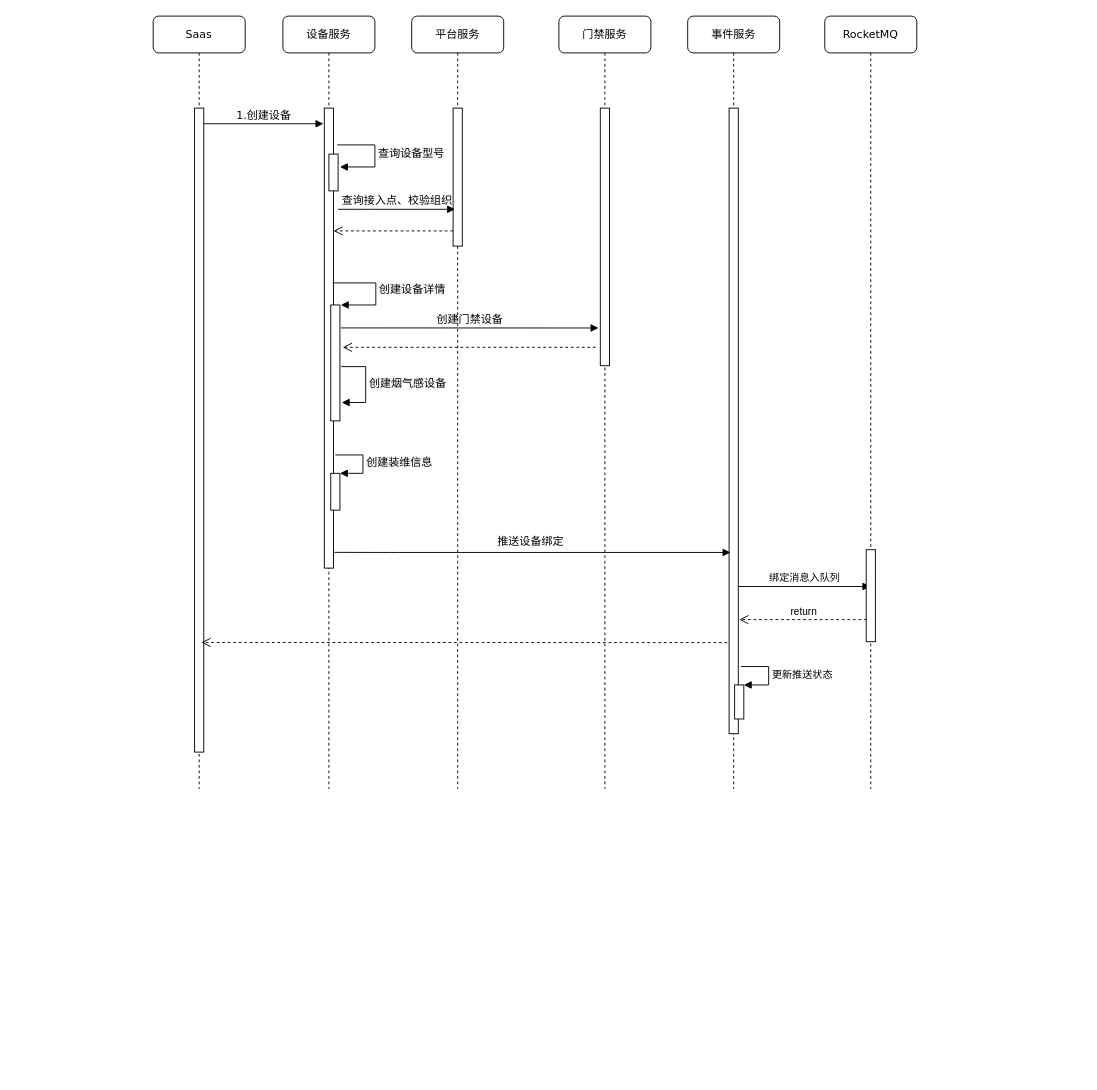
This is ICC-设备绑定.drawio from HughRudolf/Drawio, a draw.io file, before an edit. Source tidied: cells renumbered, new cells numbered last; positions are measured from the earlier drawing's top-left corner, leaving out a move shared by most shapes. Both pictures are drawn from the tidied source at 92%, with x=0, y=0 at pixel (153, 16).
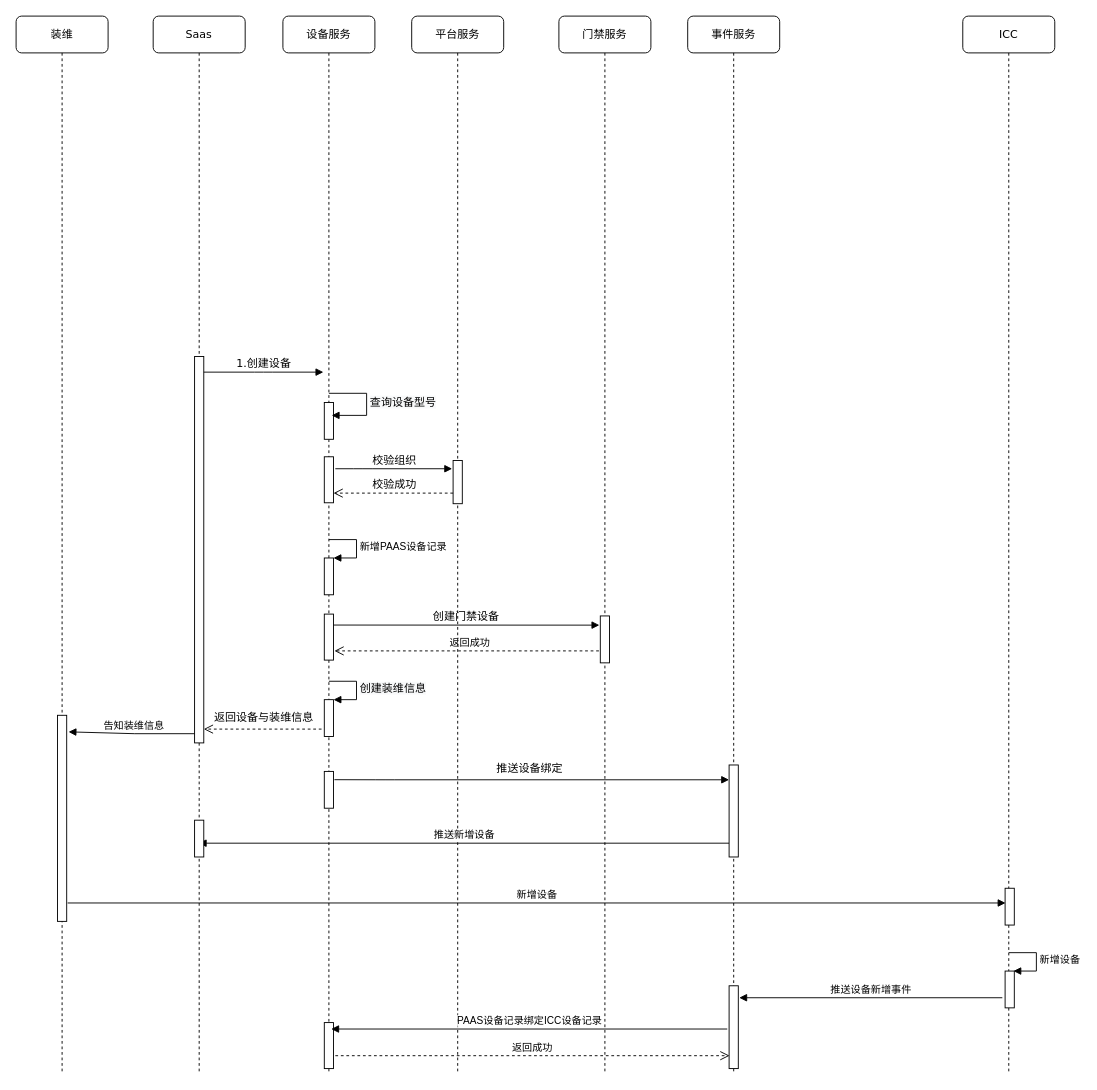
The same diagram, later.

Commit message:
更新ICC-设备绑定.drawio

Diff of the diagram source:
```diff
@@
+    <mxCell id="32" parent="0" />
+    <mxCell id="33" value="校验成功" style="text;html=1;align=center;verticalAlign=middle;strokeColor=none;fillColor=none;" parent="32" vertex="1">
+      <mxGeometry x="232" y="499" width="60" height="20" as="geometry" />
+    </mxCell>
+    <mxCell id="34" value="返回设备与装维信息" style="text;html=1;align=center;verticalAlign=middle;strokeColor=none;fillColor=none;" parent="32" vertex="1">
+      <mxGeometry x="60" y="753" width="120" height="20" as="geometry" />
+    </mxCell>
+    <mxCell id="35" value="告知装维信息" style="html=1;verticalAlign=bottom;endArrow=block;rounded=0;" parent="32" edge="1">
+      <mxGeometry relative="1" as="geometry">
+        <mxPoint x="49.5" y="780" as="sourcePoint" />
+        <mxPoint x="-92" y="778" as="targetPoint" />
+        <Array as="points">
+          <mxPoint x="-20" y="780" />
+        </Array>
+      </mxGeometry>
+    </mxCell>
@@
+    <mxCell id="9" value="设备服务" style="shape=umlLifeline;perimeter=lifelinePerimeter;whiteSpace=wrap;html=1;rounded=1;shadow=0;comic=0;labelBackgroundColor=none;strokeWidth=1;fontFamily=Verdana;fontSize=12;align=center;" parent="1" vertex="1">
+      <mxGeometry x="141" width="100" height="1150" as="geometry" />
+    </mxCell>
+    <mxCell id="10" style="html=1;perimeter=orthogonalPerimeter;rounded=0;shadow=0;comic=0;labelBackgroundColor=none;strokeWidth=1;fontFamily=Verdana;fontSize=12;align=center;" parent="9" vertex="1">
+      <mxGeometry x="45" y="1094" width="10" height="50" as="geometry" />
+    </mxCell>
+    <mxCell id="14" style="html=1;points=[];perimeter=orthogonalPerimeter;" parent="9" vertex="1">
+      <mxGeometry x="45" y="743" width="10" height="40" as="geometry" />
+    </mxCell>
+    <mxCell id="15" value="&lt;span style=&quot;font-size: 12px ; text-align: center ; background-color: rgb(248 , 249 , 250)&quot;&gt;创建装维信息&lt;/span&gt;" style="edgeStyle=orthogonalEdgeStyle;html=1;align=left;spacingLeft=2;endArrow=block;rounded=0;entryX=1;entryY=0;" parent="9" edge="1" target="14">
+      <mxGeometry relative="1" as="geometry">
+        <mxPoint x="50" y="723" as="sourcePoint" />
+        <Array as="points">
+          <mxPoint x="80" y="723" />
+        </Array>
+      </mxGeometry>
+    </mxCell>
+    <mxCell id="36" value="返回成功" style="html=1;verticalAlign=bottom;endArrow=open;dashed=1;endSize=8;rounded=0;" parent="9" edge="1">
+      <mxGeometry relative="1" as="geometry">
+        <mxPoint x="57" y="1130" as="sourcePoint" />
+        <mxPoint x="485.5" y="1130" as="targetPoint" />
+      </mxGeometry>
+    </mxCell>
+    <mxCell id="11" style="html=1;perimeter=orthogonalPerimeter;rounded=0;shadow=0;comic=0;labelBackgroundColor=none;strokeWidth=1;fontFamily=Verdana;fontSize=12;align=center;direction=east;" parent="9" vertex="1">
+      <mxGeometry x="45" y="420" width="10" height="40" as="geometry" />
+    </mxCell>
+    <mxCell id="37" style="html=1;perimeter=orthogonalPerimeter;rounded=0;shadow=0;comic=0;labelBackgroundColor=none;strokeWidth=1;fontFamily=Verdana;fontSize=12;align=center;" parent="9" vertex="1">
+      <mxGeometry x="45" y="479" width="10" height="50" as="geometry" />
+    </mxCell>
+    <mxCell id="38" style="html=1;points=[];perimeter=orthogonalPerimeter;" parent="9" vertex="1">
+      <mxGeometry x="45" y="589" width="10" height="40" as="geometry" />
+    </mxCell>
+    <mxCell id="39" value="新增PAAS设备记录&lt;br&gt;" style="edgeStyle=orthogonalEdgeStyle;html=1;align=left;spacingLeft=2;endArrow=block;rounded=0;entryX=1;entryY=0;" parent="9" edge="1" target="38">
+      <mxGeometry relative="1" as="geometry">
+        <mxPoint x="50" y="569" as="sourcePoint" />
+        <Array as="points">
+          <mxPoint x="80" y="569" />
+        </Array>
+      </mxGeometry>
+    </mxCell>
+    <mxCell id="40" value="返回成功" style="html=1;verticalAlign=bottom;endArrow=open;dashed=1;endSize=8;rounded=0;" parent="9" edge="1" source="5">
+      <mxGeometry relative="1" as="geometry">
+        <mxPoint x="56" y="690" as="targetPoint" />
+      </mxGeometry>
+    </mxCell>
+    <mxCell id="29" style="html=1;verticalAlign=bottom;endArrow=open;dashed=1;endSize=8;rounded=0;" parent="9" edge="1">
+      <mxGeometry relative="1" as="geometry">
+        <mxPoint x="42" y="775" as="sourcePoint" />
+        <mxPoint x="-86" y="775" as="targetPoint" />
+      </mxGeometry>
+    </mxCell>
+    <mxCell id="41" style="html=1;perimeter=orthogonalPerimeter;" parent="9" vertex="1">
+      <mxGeometry x="45" y="821" width="10" height="40" as="geometry" />
+    </mxCell>
+    <mxCell id="7" value="事件服务" style="shape=umlLifeline;perimeter=lifelinePerimeter;whiteSpace=wrap;html=1;rounded=1;shadow=0;comic=0;labelBackgroundColor=none;strokeWidth=1;fontFamily=Verdana;fontSize=12;align=center;" parent="1" vertex="1">
+      <mxGeometry x="581" width="100" height="1150" as="geometry" />
+    </mxCell>
+    <mxCell id="16" style="html=1;perimeter=orthogonalPerimeter;rounded=0;shadow=0;comic=0;labelBackgroundColor=none;strokeWidth=1;fontFamily=Verdana;fontSize=12;align=center;" parent="1" vertex="1">
+      <mxGeometry x="626" y="1054" width="10" height="90" as="geometry" />
+    </mxCell>
     <mxCell id="2" value="平台服务" style="shape=umlLifeline;perimeter=lifelinePerimeter;whiteSpace=wrap;html=1;rounded=1;shadow=0;comic=0;labelBackgroundColor=none;strokeWidth=1;fontFamily=Verdana;fontSize=12;align=center;" parent="1" vertex="1">
-      <mxGeometry x="281" width="100" height="840" as="geometry" />
+      <mxGeometry x="281" width="100" height="1150" as="geometry" />
     </mxCell>
     <mxCell id="3" style="html=1;perimeter=orthogonalPerimeter;rounded=0;shadow=0;comic=0;labelBackgroundColor=none;strokeWidth=1;fontFamily=Verdana;fontSize=12;align=center;" parent="2" vertex="1">
-      <mxGeometry x="45" y="100" width="10" height="150" as="geometry" />
+      <mxGeometry x="45" y="483" width="10" height="47" as="geometry" />
     </mxCell>
     <mxCell id="4" style="html=1;verticalAlign=bottom;endArrow=open;dashed=1;endSize=8;labelBackgroundColor=none;fontFamily=Verdana;fontSize=12;edgeStyle=elbowEdgeStyle;elbow=vertical;" parent="2" edge="1">
       <mxGeometry relative="1" as="geometry">
-        <mxPoint x="45" y="233.5" as="sourcePoint" />
-        <mxPoint x="-85" y="233.5" as="targetPoint" />
+        <mxPoint x="45" y="518.5" as="sourcePoint" />
+        <mxPoint x="-85" y="518.5" as="targetPoint" />
         <Array as="points">
-          <mxPoint x="-10" y="233.5" />
-          <mxPoint x="20" y="233.5" />
+          <mxPoint x="-10" y="518.5" />
+          <mxPoint x="20" y="518.5" />
         </Array>
       </mxGeometry>
     </mxCell>
     <mxCell id="5" value="门禁服务" style="shape=umlLifeline;perimeter=lifelinePerimeter;whiteSpace=wrap;html=1;outlineConnect=0;rounded=1;shadow=0;comic=0;labelBackgroundColor=none;strokeWidth=1;fontFamily=Verdana;fontSize=12;align=center;" parent="1" vertex="1">
-      <mxGeometry x="441" width="100" height="840" as="geometry" />
+      <mxGeometry x="441" width="100" height="1150" as="geometry" />
     </mxCell>
     <mxCell id="6" style="html=1;perimeter=orthogonalPerimeter;rounded=0;shadow=0;comic=0;labelBackgroundColor=none;strokeWidth=1;fontFamily=Verdana;fontSize=12;align=center;" parent="5" vertex="1">
-      <mxGeometry x="45" y="100" width="10" height="280" as="geometry" />
+      <mxGeometry x="45" y="652" width="10" height="51" as="geometry" />
     </mxCell>
-    <mxCell id="7" value="事件服务" style="shape=umlLifeline;perimeter=lifelinePerimeter;whiteSpace=wrap;html=1;rounded=1;shadow=0;comic=0;labelBackgroundColor=none;strokeWidth=1;fontFamily=Verdana;fontSize=12;align=center;" parent="1" vertex="1">
-      <mxGeometry x="581" width="100" height="840" as="geometry" />
-    </mxCell>
-    <mxCell id="8" value="return" style="html=1;verticalAlign=bottom;endArrow=open;dashed=1;endSize=8;rounded=0;" parent="7" edge="1">
-      <mxGeometry relative="1" as="geometry">
-        <mxPoint x="194.5" y="656" as="sourcePoint" />
-        <mxPoint x="56" y="656" as="targetPoint" />
-      </mxGeometry>
-    </mxCell>
-    <mxCell id="9" value="设备服务" style="shape=umlLifeline;perimeter=lifelinePerimeter;whiteSpace=wrap;html=1;rounded=1;shadow=0;comic=0;labelBackgroundColor=none;strokeWidth=1;fontFamily=Verdana;fontSize=12;align=center;" parent="1" vertex="1">
-      <mxGeometry x="141" width="100" height="840" as="geometry" />
-    </mxCell>
-    <mxCell id="10" style="html=1;perimeter=orthogonalPerimeter;rounded=0;shadow=0;comic=0;labelBackgroundColor=none;strokeWidth=1;fontFamily=Verdana;fontSize=12;align=center;" parent="9" vertex="1">
-      <mxGeometry x="45" y="100" width="10" height="500" as="geometry" />
-    </mxCell>
-    <mxCell id="11" style="html=1;perimeter=orthogonalPerimeter;rounded=0;shadow=0;comic=0;labelBackgroundColor=none;strokeWidth=1;fontFamily=Verdana;fontSize=12;align=center;" parent="9" vertex="1">
-      <mxGeometry x="50" y="150" width="10" height="40" as="geometry" />
-    </mxCell>
-    <mxCell id="12" style="html=1;points=[];perimeter=orthogonalPerimeter;" parent="9" vertex="1">
-      <mxGeometry x="52" y="314" width="10" height="126" as="geometry" />
-    </mxCell>
-    <mxCell id="13" value="&lt;span style=&quot;font-size: 12px ; text-align: center ; background-color: rgb(248 , 249 , 250)&quot;&gt;创建设备详情&lt;/span&gt;" style="edgeStyle=orthogonalEdgeStyle;html=1;align=left;spacingLeft=2;endArrow=block;rounded=0;entryX=1;entryY=0;" parent="9" edge="1">
-      <mxGeometry x="-0.01" relative="1" as="geometry">
-        <mxPoint x="54" y="290" as="sourcePoint" />
-        <mxPoint x="63" y="314" as="targetPoint" />
-        <Array as="points">
-          <mxPoint x="54" y="290" />
-          <mxPoint x="101" y="290" />
-          <mxPoint x="101" y="314" />
-        </Array>
-      </mxGeometry>
-    </mxCell>
-    <mxCell id="14" style="html=1;points=[];perimeter=orthogonalPerimeter;" parent="9" vertex="1">
-      <mxGeometry x="52" y="497" width="10" height="40" as="geometry" />
-    </mxCell>
-    <mxCell id="15" value="&lt;span style=&quot;font-size: 12px ; text-align: center ; background-color: rgb(248 , 249 , 250)&quot;&gt;创建装维信息&lt;/span&gt;" style="edgeStyle=orthogonalEdgeStyle;html=1;align=left;spacingLeft=2;endArrow=block;rounded=0;entryX=1;entryY=0;" parent="9" edge="1" target="14">
-      <mxGeometry relative="1" as="geometry">
-        <mxPoint x="57" y="477" as="sourcePoint" />
-        <Array as="points">
-          <mxPoint x="87" y="477" />
-        </Array>
-      </mxGeometry>
-    </mxCell>
-    <mxCell id="16" style="html=1;perimeter=orthogonalPerimeter;rounded=0;shadow=0;comic=0;labelBackgroundColor=none;strokeWidth=1;fontFamily=Verdana;fontSize=12;align=center;" parent="1" vertex="1">
-      <mxGeometry x="626" y="100" width="10" height="680" as="geometry" />
-    </mxCell>
+    <mxCell id="42" value="推送新增设备" style="html=1;verticalAlign=bottom;endArrow=block;rounded=0;" parent="5" edge="1" target="18">
+      <mxGeometry relative="1" as="geometry">
+        <mxPoint x="185" y="899" as="sourcePoint" />
+      </mxGeometry>
+    </mxCell>
-    <mxCell id="17" value="创建门禁设备" style="html=1;verticalAlign=bottom;endArrow=block;labelBackgroundColor=none;fontFamily=Verdana;fontSize=12;exitX=1.1;exitY=0.198;exitDx=0;exitDy=0;exitPerimeter=0;" parent="1" edge="1" source="12">
+    <mxCell id="17" value="创建门禁设备" style="html=1;verticalAlign=bottom;endArrow=block;labelBackgroundColor=none;fontFamily=Verdana;fontSize=12;exitX=1.1;exitY=0.198;exitDx=0;exitDy=0;exitPerimeter=0;" parent="1" edge="1">
       <mxGeometry relative="1" as="geometry">
-        <mxPoint x="484" y="339" as="targetPoint" />
+        <mxPoint x="195" y="661.9" as="sourcePoint" />
+        <mxPoint x="485" y="662" as="targetPoint" />
       </mxGeometry>
     </mxCell>
     <mxCell id="18" value="Saas" style="shape=umlLifeline;perimeter=lifelinePerimeter;whiteSpace=wrap;html=1;outlineConnect=0;rounded=1;shadow=0;comic=0;labelBackgroundColor=none;strokeWidth=1;fontFamily=Verdana;fontSize=12;align=center;" parent="1" vertex="1">
-      <mxGeometry width="100" height="840" as="geometry" />
+      <mxGeometry width="100" height="1150" as="geometry" />
     </mxCell>
     <mxCell id="19" style="html=1;perimeter=orthogonalPerimeter;rounded=0;shadow=0;comic=0;labelBackgroundColor=none;strokeWidth=1;fontFamily=Verdana;fontSize=12;align=center;" parent="18" vertex="1">
-      <mxGeometry x="45" y="100" width="10" height="700" as="geometry" />
+      <mxGeometry x="45" y="370" width="10" height="420" as="geometry" />
     </mxCell>
     <mxCell id="20" value="1.创建设备" style="html=1;verticalAlign=bottom;endArrow=block;entryX=0;entryY=0;labelBackgroundColor=none;fontFamily=Verdana;fontSize=12;edgeStyle=elbowEdgeStyle;elbow=vertical;" parent="18" edge="1">
       <mxGeometry relative="1" as="geometry">
-        <mxPoint x="55" y="117" as="sourcePoint" />
-        <mxPoint x="185" y="117" as="targetPoint" />
+        <mxPoint x="55" y="387" as="sourcePoint" />
+        <mxPoint x="185" y="387" as="targetPoint" />
       </mxGeometry>
     </mxCell>
+    <mxCell id="43" style="html=1;perimeter=orthogonalPerimeter;" parent="18" vertex="1">
+      <mxGeometry x="45" y="874" width="10" height="40" as="geometry" />
+    </mxCell>
-    <mxCell id="21" value="查询接入点、校验组织" style="html=1;verticalAlign=bottom;endArrow=block;labelBackgroundColor=none;fontFamily=Verdana;fontSize=12;edgeStyle=elbowEdgeStyle;elbow=vertical;" parent="1" edge="1">
+    <mxCell id="21" value="校验组织" style="html=1;verticalAlign=bottom;endArrow=block;labelBackgroundColor=none;fontFamily=Verdana;fontSize=12;edgeStyle=elbowEdgeStyle;elbow=vertical;" parent="1" edge="1">
       <mxGeometry relative="1" as="geometry">
-        <mxPoint x="201" y="210" as="sourcePoint" />
-        <mxPoint x="328" y="210" as="targetPoint" />
+        <mxPoint x="198" y="492" as="sourcePoint" />
+        <mxPoint x="325" y="492" as="targetPoint" />
         <Array as="points">
-          <mxPoint x="231" y="210" />
+          <mxPoint x="228" y="492" />
         </Array>
       </mxGeometry>
     </mxCell>
-    <mxCell id="22" value="推送设备绑定" style="html=1;verticalAlign=bottom;endArrow=block;labelBackgroundColor=none;fontFamily=Verdana;fontSize=12;exitX=1.4;exitY=0.941;exitDx=0;exitDy=0;exitPerimeter=0;" parent="1" edge="1">
+    <mxCell id="22" value="推送设备绑定" style="html=1;verticalAlign=bottom;endArrow=block;labelBackgroundColor=none;fontFamily=Verdana;fontSize=12;" parent="1" edge="1">
       <mxGeometry x="-0.01" y="3" relative="1" as="geometry">
-        <mxPoint x="197" y="582.9" as="sourcePoint" />
-        <mxPoint x="627.5" y="583" as="targetPoint" />
+        <mxPoint x="197" y="830" as="sourcePoint" />
+        <mxPoint x="626" y="830.1" as="targetPoint" />
         <Array as="points">
-          <mxPoint x="258" y="583" />
+          <mxPoint x="252" y="830.1" />
         </Array>
       </mxGeometry>
     </mxCell>
-    <mxCell id="23" value="&lt;span style=&quot;font-size: 12px ; text-align: center ; background-color: rgb(248 , 249 , 250)&quot;&gt;查询设备型号&lt;/span&gt;" style="edgeStyle=orthogonalEdgeStyle;html=1;align=left;spacingLeft=2;endArrow=block;rounded=0;entryX=1;entryY=0;" parent="1" edge="1">
+    <mxCell id="23" value="&lt;span style=&quot;font-size: 12px ; text-align: center ; background-color: rgb(248 , 249 , 250)&quot;&gt;查询设备型号&lt;/span&gt;" style="edgeStyle=orthogonalEdgeStyle;html=1;align=left;spacingLeft=2;endArrow=block;rounded=0;entryX=1;entryY=0;startArrow=none;" parent="1" edge="1">
       <mxGeometry x="-0.01" relative="1" as="geometry">
-        <mxPoint x="200" y="140" as="sourcePoint" />
-        <mxPoint x="203" y="164" as="targetPoint" />
+        <mxPoint x="191" y="410" as="sourcePoint" />
+        <mxPoint x="194" y="434" as="targetPoint" />
         <Array as="points">
-          <mxPoint x="241" y="140" />
-          <mxPoint x="241" y="164" />
+          <mxPoint x="232" y="410" />
+          <mxPoint x="232" y="434" />
         </Array>
       </mxGeometry>
     </mxCell>
-    <mxCell id="24" style="html=1;verticalAlign=bottom;endArrow=open;dashed=1;endSize=8;labelBackgroundColor=none;fontFamily=Verdana;fontSize=12;edgeStyle=elbowEdgeStyle;elbow=vertical;" parent="1" edge="1">
-      <mxGeometry relative="1" as="geometry">
-        <mxPoint x="481" y="360" as="sourcePoint" />
-        <mxPoint x="206" y="360" as="targetPoint" />
-        <Array as="points">
-          <mxPoint x="281" y="360" />
-          <mxPoint x="311" y="360" />
-        </Array>
-      </mxGeometry>
-    </mxCell>
-    <mxCell id="25" value="&lt;span style=&quot;font-size: 12px ; text-align: center ; background-color: rgb(248 , 249 , 250)&quot;&gt;创建烟气感设备&lt;/span&gt;" style="edgeStyle=orthogonalEdgeStyle;html=1;align=left;spacingLeft=2;endArrow=block;rounded=0;exitX=0.9;exitY=0.45;exitDx=0;exitDy=0;exitPerimeter=0;" parent="1" edge="1">
-      <mxGeometry x="-0.01" relative="1" as="geometry">
-        <mxPoint x="205" y="380" as="sourcePoint" />
-        <mxPoint x="205" y="420" as="targetPoint" />
-        <Array as="points">
-          <mxPoint x="205" y="381" />
-          <mxPoint x="231" y="381" />
-          <mxPoint x="231" y="420" />
-        </Array>
-      </mxGeometry>
-    </mxCell>
-    <mxCell id="26" value="RocketMQ" style="shape=umlLifeline;perimeter=lifelinePerimeter;whiteSpace=wrap;html=1;outlineConnect=0;rounded=1;shadow=0;comic=0;labelBackgroundColor=none;strokeWidth=1;fontFamily=Verdana;fontSize=12;align=center;" parent="1" vertex="1">
-      <mxGeometry x="730" width="100" height="840" as="geometry" />
-    </mxCell>
+    <mxCell id="31" style="html=1;points=[];perimeter=orthogonalPerimeter;" parent="1" vertex="1">
+      <mxGeometry x="626" y="814" width="10" height="100" as="geometry" />
+    </mxCell>
+    <mxCell id="44" value="装维" style="shape=umlLifeline;perimeter=lifelinePerimeter;whiteSpace=wrap;html=1;rounded=1;shadow=0;comic=0;labelBackgroundColor=none;strokeWidth=1;fontFamily=Verdana;fontSize=12;align=center;" parent="1" vertex="1">
+      <mxGeometry x="-149" width="100" height="1150" as="geometry" />
+    </mxCell>
+    <mxCell id="45" style="html=1;perimeter=orthogonalPerimeter;rounded=0;shadow=0;comic=0;labelBackgroundColor=none;strokeWidth=1;fontFamily=Verdana;fontSize=12;align=center;" parent="44" vertex="1">
+      <mxGeometry x="45" y="760" width="10" height="224" as="geometry" />
+    </mxCell>
+    <mxCell id="46" value="ICC" style="shape=umlLifeline;perimeter=lifelinePerimeter;whiteSpace=wrap;html=1;rounded=1;shadow=0;comic=0;labelBackgroundColor=none;strokeWidth=1;fontFamily=Verdana;fontSize=12;align=center;" parent="1" vertex="1">
+      <mxGeometry x="880" width="100" height="1150" as="geometry" />
+    </mxCell>
-    <mxCell id="27" value="更新推送状态" style="edgeStyle=orthogonalEdgeStyle;html=1;align=left;spacingLeft=2;endArrow=block;rounded=0;entryX=1;entryY=0;" parent="26" edge="1" target="31">
+    <mxCell id="27" value="更新推送状态" style="edgeStyle=orthogonalEdgeStyle;html=1;align=left;spacingLeft=2;endArrow=block;rounded=0;entryX=1;entryY=0;" parent="46" edge="1">
       <mxGeometry relative="1" as="geometry">
-        <mxPoint x="-91" y="707" as="sourcePoint" />
+        <mxPoint x="-91" y="812" as="sourcePoint" />
         <Array as="points">
-          <mxPoint x="-61" y="707" />
+          <mxPoint x="-61" y="812" />
         </Array>
       </mxGeometry>
     </mxCell>
-    <mxCell id="28" value="绑定消息入队列" style="html=1;verticalAlign=bottom;endArrow=block;rounded=0;" parent="1" edge="1" target="26">
-      <mxGeometry relative="1" as="geometry">
-        <mxPoint x="636" y="620" as="sourcePoint" />
-      </mxGeometry>
-    </mxCell>
-    <mxCell id="29" style="html=1;verticalAlign=bottom;endArrow=open;dashed=1;endSize=8;rounded=0;" parent="1" edge="1">
-      <mxGeometry relative="1" as="geometry">
-        <mxPoint x="624" y="681" as="sourcePoint" />
-        <mxPoint x="52.3" y="680.8" as="targetPoint" />
-      </mxGeometry>
-    </mxCell>
-    <mxCell id="30" style="html=1;perimeter=orthogonalPerimeter;rounded=0;shadow=0;comic=0;labelBackgroundColor=none;strokeWidth=1;fontFamily=Verdana;fontSize=12;align=center;" parent="1" vertex="1">
-      <mxGeometry x="775" y="580" width="10" height="100" as="geometry" />
-    </mxCell>
-    <mxCell id="31" style="html=1;points=[];perimeter=orthogonalPerimeter;" parent="1" vertex="1">
-      <mxGeometry x="632" y="727" width="10" height="37" as="geometry" />
-    </mxCell>
+    <mxCell id="47" style="html=1;perimeter=orthogonalPerimeter;" parent="46" vertex="1">
+      <mxGeometry x="46" y="1038" width="10" height="40" as="geometry" />
+    </mxCell>
+    <mxCell id="48" value="新增设备" style="edgeStyle=orthogonalEdgeStyle;html=1;align=left;spacingLeft=2;endArrow=block;rounded=0;entryX=1;entryY=0;" parent="46" edge="1">
+      <mxGeometry relative="1" as="geometry">
+        <mxPoint x="50" y="1018" as="sourcePoint" />
+        <mxPoint x="55" y="1038" as="targetPoint" />
+        <Array as="points">
+          <mxPoint x="80" y="1018" />
+        </Array>
+      </mxGeometry>
+    </mxCell>
+    <mxCell id="49" style="html=1;perimeter=orthogonalPerimeter;" parent="46" vertex="1">
+      <mxGeometry x="46" y="948" width="10" height="40" as="geometry" />
+    </mxCell>
+    <mxCell id="50" value="推送设备新增事件" style="html=1;verticalAlign=bottom;endArrow=block;rounded=0;exitX=-0.3;exitY=0.933;exitDx=0;exitDy=0;exitPerimeter=0;" parent="1" edge="1">
+      <mxGeometry relative="1" as="geometry">
+        <mxPoint x="923" y="1067" as="sourcePoint" />
+        <mxPoint x="637" y="1067" as="targetPoint" />
+      </mxGeometry>
+    </mxCell>
+    <mxCell id="51" value="PAAS设备记录绑定ICC设备记录" style="html=1;verticalAlign=bottom;endArrow=block;rounded=0;" parent="1" edge="1">
+      <mxGeometry relative="1" as="geometry">
+        <mxPoint x="624" y="1101" as="sourcePoint" />
+        <mxPoint x="193.5" y="1101" as="targetPoint" />
+      </mxGeometry>
+    </mxCell>
+    <mxCell id="52" value="新增设备" style="html=1;verticalAlign=bottom;endArrow=block;rounded=0;" parent="1" edge="1">
+      <mxGeometry relative="1" as="geometry">
+        <mxPoint x="-93" y="964" as="sourcePoint" />
+        <mxPoint x="926.5" y="964" as="targetPoint" />
+      </mxGeometry>
+    </mxCell>
+    <mxCell id="53" style="html=1;perimeter=orthogonalPerimeter;rounded=0;shadow=0;comic=0;labelBackgroundColor=none;strokeWidth=1;fontFamily=Verdana;fontSize=12;align=center;" parent="1" vertex="1">
+      <mxGeometry x="186" y="650" width="10" height="50" as="geometry" />
+    </mxCell>
```
